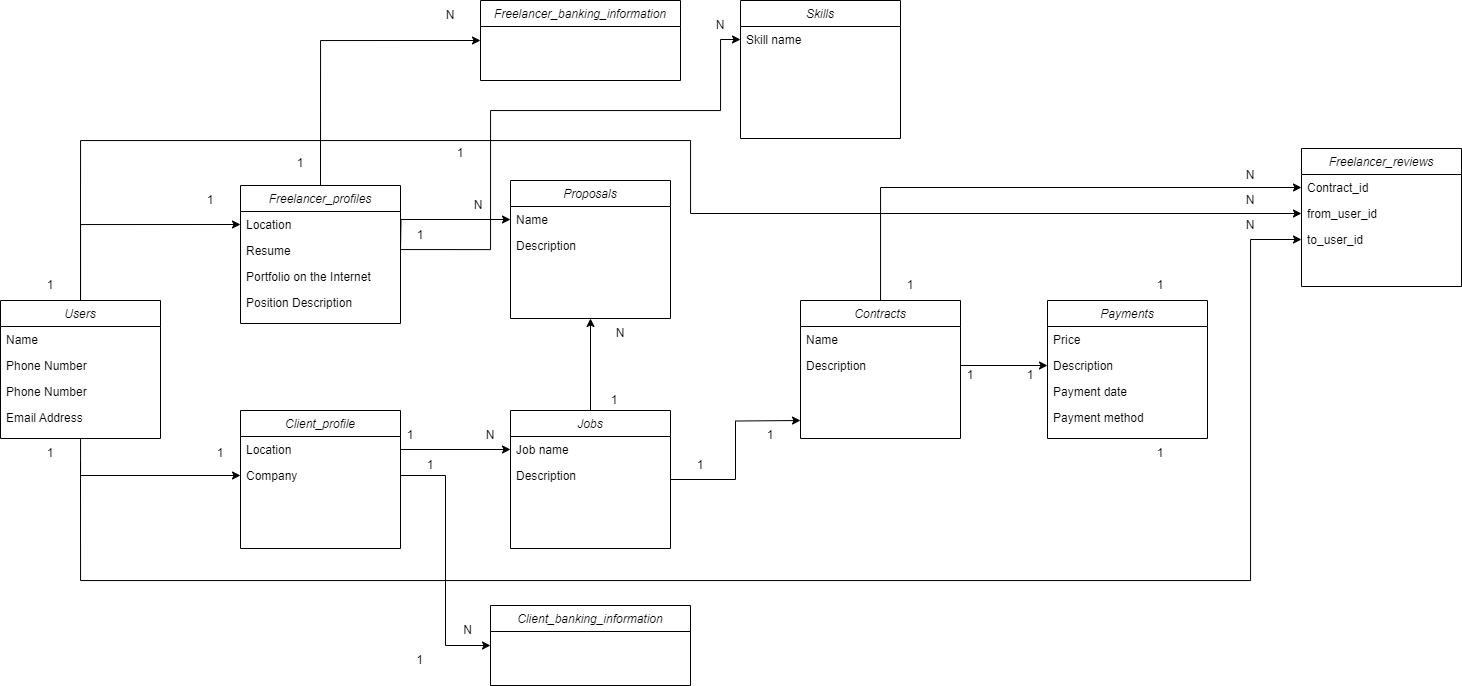
This is docs/db_schema.drawio.png from Yepavlov/Freelance_platform, a draw.io export, as it was before one commit. Source tidied: cells renumbered, new cells last; positions are measured from the earlier drawing's top-left corner, leaving out a move shared by most shapes.
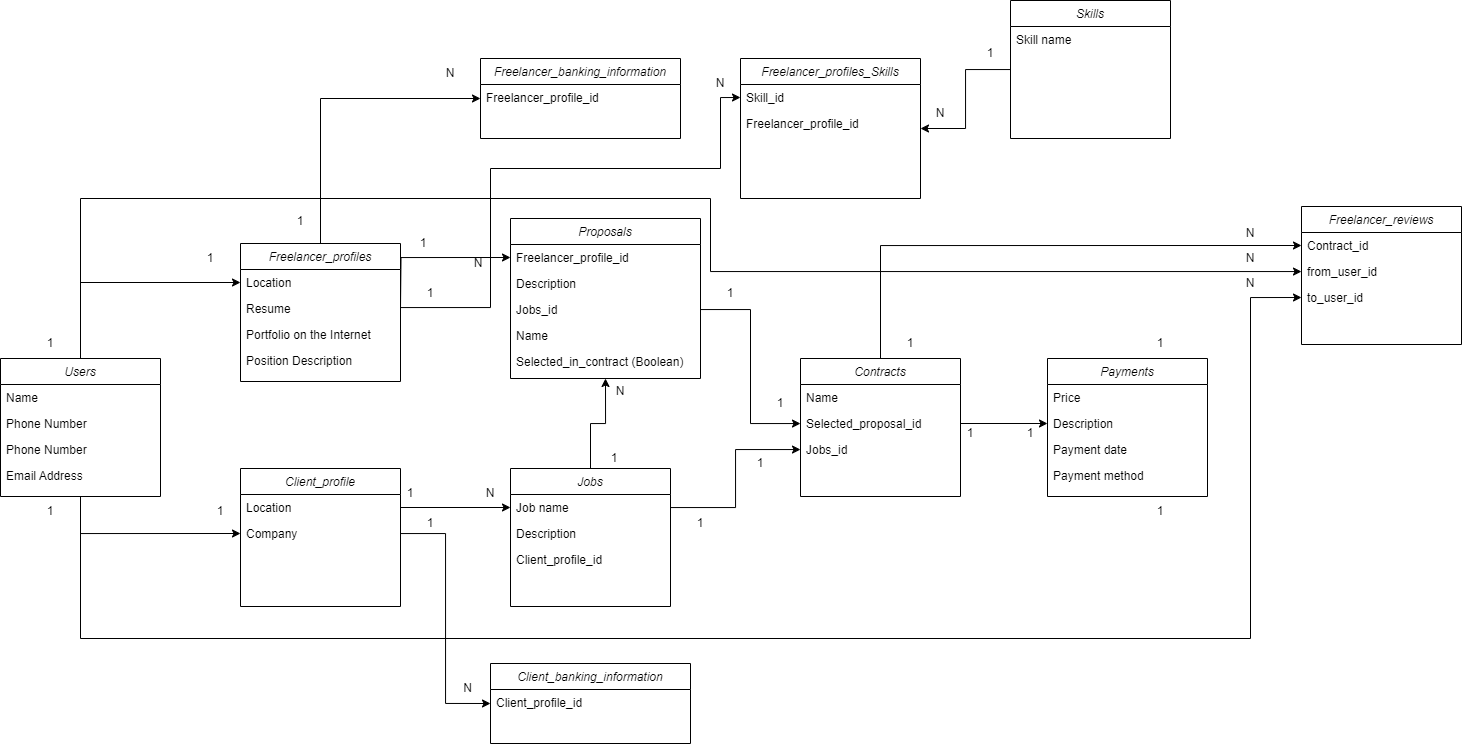
The same file after the commit.

Diff of the diagram source:
```diff
@@ -18,12 +18,15 @@
         <mxPoint x="400" y="249.1" as="sourcePoint" />
       </mxGeometry>
     </mxCell>
-    <mxCell id="4" value="Skills" style="swimlane;fontStyle=2;align=center;verticalAlign=top;horizontal=1;startSize=26;rounded=0;shadow=0;strokeWidth=1;" parent="1" vertex="1">
-      <mxGeometry x="740" width="160" height="138" as="geometry" />
+    <mxCell id="4" value="Freelancer_profiles_Skills" style="swimlane;fontStyle=2;align=center;verticalAlign=top;horizontal=1;startSize=26;rounded=0;shadow=0;strokeWidth=1;" parent="1" vertex="1">
+      <mxGeometry x="740" width="180" height="140" as="geometry" />
     </mxCell>
-    <mxCell id="5" value="Skill name" style="text;align=left;verticalAlign=top;spacingLeft=4;spacingRight=4;overflow=hidden;points=[[0,0.5],[1,0.5]];portConstraint=eastwest;" parent="4" vertex="1">
-      <mxGeometry y="26" width="160" height="26" as="geometry" />
+    <mxCell id="5" value="Skill_id" style="text;align=left;verticalAlign=top;spacingLeft=4;spacingRight=4;overflow=hidden;points=[[0,0.5],[1,0.5]];portConstraint=eastwest;" parent="4" vertex="1">
+      <mxGeometry y="26" width="180" height="26" as="geometry" />
     </mxCell>
+    <mxCell id="77" value="Freelancer_profile_id" style="text;align=left;verticalAlign=top;spacingLeft=4;spacingRight=4;overflow=hidden;" parent="4" vertex="1">
+      <mxGeometry y="52" width="180" height="26" as="geometry" />
+    </mxCell>
     <mxCell id="6" style="edgeStyle=orthogonalEdgeStyle;rounded=0;jettySize=auto;html=1;exitX=0.5;exitY=0;exitDx=0;exitDy=0;entryX=0;entryY=0.5;entryDx=0;entryDy=0;" parent="1" edge="1" source="7" target="15">
       <mxGeometry relative="1" as="geometry" />
     </mxCell>
@@ -54,14 +57,12 @@
     <mxCell id="15" value="Freelancer_banking_information" style="swimlane;fontStyle=2;align=center;verticalAlign=top;horizontal=1;startSize=26;rounded=0;shadow=0;strokeWidth=1;" parent="1" vertex="1">
       <mxGeometry x="480" width="200" height="80" as="geometry" />
     </mxCell>
+    <mxCell id="78" value="Freelancer_profile_id" style="text;align=left;verticalAlign=top;spacingLeft=4;spacingRight=4;overflow=hidden;" parent="15" vertex="1">
+      <mxGeometry y="26" width="200" height="26" as="geometry" />
+    </mxCell>
     <mxCell id="16" style="edgeStyle=orthogonalEdgeStyle;rounded=0;jettySize=auto;html=1;exitX=0.5;exitY=0;exitDx=0;exitDy=0;entryX=0.5;entryY=1;entryDx=0;entryDy=0;" parent="1" edge="1" source="18" target="21">
       <mxGeometry relative="1" as="geometry" />
     </mxCell>
-    <mxCell id="17" style="edgeStyle=orthogonalEdgeStyle;rounded=0;jettySize=auto;html=1;" parent="1" edge="1" source="18">
-      <mxGeometry relative="1" as="geometry">
-        <mxPoint x="800" y="420" as="targetPoint" />
-      </mxGeometry>
-    </mxCell>
     <mxCell id="18" value="Jobs" style="swimlane;fontStyle=2;align=center;verticalAlign=top;horizontal=1;startSize=26;rounded=0;shadow=0;strokeWidth=1;" parent="1" vertex="1">
       <mxGeometry x="510" y="410" width="160" height="138" as="geometry" />
     </mxCell>
@@ -71,15 +72,27 @@
     <mxCell id="20" value="Description" style="text;align=left;verticalAlign=top;spacingLeft=4;spacingRight=4;overflow=hidden;" parent="18" vertex="1">
       <mxGeometry y="52" width="160" height="26" as="geometry" />
     </mxCell>
+    <mxCell id="79" value="Client_profile_id" style="text;align=left;verticalAlign=top;spacingLeft=4;spacingRight=4;overflow=hidden;" parent="18" vertex="1">
+      <mxGeometry y="78" width="160" height="26" as="geometry" />
+    </mxCell>
     <mxCell id="21" value="Proposals" style="swimlane;fontStyle=2;align=center;verticalAlign=top;horizontal=1;startSize=26;rounded=0;shadow=0;strokeWidth=1;" parent="1" vertex="1">
-      <mxGeometry x="510" y="180" width="160" height="138" as="geometry" />
+      <mxGeometry x="510" y="160" width="190" height="160" as="geometry" />
     </mxCell>
-    <mxCell id="22" value="Name" style="text;align=left;verticalAlign=top;spacingLeft=4;spacingRight=4;overflow=hidden;points=[[0,0.5],[1,0.5]];portConstraint=eastwest;" parent="21" vertex="1">
-      <mxGeometry y="26" width="160" height="26" as="geometry" />
+    <mxCell id="22" value="Freelancer_profile_id" style="text;align=left;verticalAlign=top;spacingLeft=4;spacingRight=4;overflow=hidden;points=[[0,0.5],[1,0.5]];portConstraint=eastwest;" parent="21" vertex="1">
+      <mxGeometry y="26" width="190" height="26" as="geometry" />
     </mxCell>
     <mxCell id="23" value="Description" style="text;align=left;verticalAlign=top;spacingLeft=4;spacingRight=4;overflow=hidden;" parent="21" vertex="1">
-      <mxGeometry y="52" width="160" height="26" as="geometry" />
+      <mxGeometry y="52" width="190" height="26" as="geometry" />
     </mxCell>
+    <mxCell id="80" value="Jobs_id" style="text;align=left;verticalAlign=top;spacingLeft=4;spacingRight=4;overflow=hidden;points=[[0,0.5],[1,0.5]];portConstraint=eastwest;" parent="21" vertex="1">
+      <mxGeometry y="78" width="190" height="26" as="geometry" />
+    </mxCell>
+    <mxCell id="81" value="Name" style="text;align=left;verticalAlign=top;spacingLeft=4;spacingRight=4;overflow=hidden;" parent="21" vertex="1">
+      <mxGeometry y="104" width="190" height="26" as="geometry" />
+    </mxCell>
+    <mxCell id="82" value="Selected_in_contract (Boolean)" style="text;align=left;verticalAlign=top;spacingLeft=4;spacingRight=4;overflow=hidden;" parent="21" vertex="1">
+      <mxGeometry y="130" width="190" height="26" as="geometry" />
+    </mxCell>
     <mxCell id="24" style="edgeStyle=orthogonalEdgeStyle;rounded=0;jettySize=auto;html=1;entryX=0;entryY=0.5;entryDx=0;entryDy=0;" parent="1" edge="1" source="25" target="35">
       <mxGeometry relative="1" as="geometry" />
     </mxCell>
@@ -89,12 +102,18 @@
     <mxCell id="26" value="Name" style="text;align=left;verticalAlign=top;spacingLeft=4;spacingRight=4;overflow=hidden;" parent="25" vertex="1">
       <mxGeometry y="26" width="160" height="26" as="geometry" />
     </mxCell>
-    <mxCell id="27" value="Description" style="text;align=left;verticalAlign=top;spacingLeft=4;spacingRight=4;overflow=hidden;points=[[0,0.5],[1,0.5]];portConstraint=eastwest;" parent="25" vertex="1">
+    <mxCell id="27" value="Selected_proposal_id" style="text;align=left;verticalAlign=top;spacingLeft=4;spacingRight=4;overflow=hidden;points=[[0,0.5],[1,0.5]];portConstraint=eastwest;" parent="25" vertex="1">
       <mxGeometry y="52" width="160" height="26" as="geometry" />
     </mxCell>
+    <mxCell id="83" value="Jobs_id" style="text;align=left;verticalAlign=top;spacingLeft=4;spacingRight=4;overflow=hidden;points=[[0,0.5],[1,0.5]];portConstraint=eastwest;" parent="25" vertex="1">
+      <mxGeometry y="78" width="160" height="26" as="geometry" />
+    </mxCell>
     <mxCell id="28" value="Client_banking_information" style="swimlane;fontStyle=2;align=center;verticalAlign=top;horizontal=1;startSize=26;rounded=0;shadow=0;strokeWidth=1;" parent="1" vertex="1">
       <mxGeometry x="490" y="605" width="200" height="80" as="geometry" />
     </mxCell>
+    <mxCell id="84" value="Client_profile_id" style="text;align=left;verticalAlign=top;spacingLeft=4;spacingRight=4;overflow=hidden;" parent="28" vertex="1">
+      <mxGeometry y="26" width="200" height="26" as="geometry" />
+    </mxCell>
     <mxCell id="29" value="Payments" style="swimlane;fontStyle=2;align=center;verticalAlign=top;horizontal=1;startSize=26;rounded=0;shadow=0;strokeWidth=1;" parent="1" vertex="1">
       <mxGeometry x="1047" y="300" width="160" height="138" as="geometry" />
     </mxCell>
@@ -131,14 +150,11 @@
     <mxCell id="40" value="1" style="text;html=1;align=center;verticalAlign=middle;whiteSpace=wrap;rounded=0;" parent="1" vertex="1">
       <mxGeometry x="1130" y="438" width="60" height="30" as="geometry" />
     </mxCell>
-    <mxCell id="41" value="1" style="text;html=1;align=center;verticalAlign=middle;whiteSpace=wrap;rounded=0;" parent="1" vertex="1">
-      <mxGeometry x="400" y="225" width="40" height="20" as="geometry" />
-    </mxCell>
     <mxCell id="42" value="N" style="text;html=1;align=center;verticalAlign=middle;whiteSpace=wrap;rounded=0;" parent="1" vertex="1">
       <mxGeometry x="690" y="10" width="60" height="30" as="geometry" />
     </mxCell>
     <mxCell id="43" value="1" style="text;html=1;align=center;verticalAlign=middle;whiteSpace=wrap;rounded=0;" parent="1" vertex="1">
-      <mxGeometry x="430" y="138" width="60" height="30" as="geometry" />
+      <mxGeometry x="392.5" y="170" width="60" height="30" as="geometry" />
     </mxCell>
     <mxCell id="44" value="N" style="text;html=1;align=center;verticalAlign=middle;whiteSpace=wrap;rounded=0;" parent="1" vertex="1">
       <mxGeometry x="447.5" y="190" width="60" height="30" as="geometry" />
@@ -152,9 +168,6 @@
     <mxCell id="47" style="edgeStyle=orthogonalEdgeStyle;rounded=0;jettySize=auto;html=1;entryX=0;entryY=0.5;entryDx=0;entryDy=0;" parent="1" edge="1" source="14" target="28">
       <mxGeometry relative="1" as="geometry" />
     </mxCell>
-    <mxCell id="48" value="1" style="text;html=1;align=center;verticalAlign=middle;whiteSpace=wrap;rounded=0;" parent="1" vertex="1">
-      <mxGeometry x="392.5" y="650" width="55" height="20" as="geometry" />
-    </mxCell>
     <mxCell id="49" value="N" style="text;html=1;align=center;verticalAlign=middle;whiteSpace=wrap;rounded=0;" parent="1" vertex="1">
       <mxGeometry x="440" y="620" width="55" height="20" as="geometry" />
     </mxCell>
@@ -165,7 +178,7 @@
       <mxGeometry x="670" y="450" width="60" height="30" as="geometry" />
     </mxCell>
     <mxCell id="52" value="1" style="text;html=1;align=center;verticalAlign=middle;whiteSpace=wrap;rounded=0;" parent="1" vertex="1">
-      <mxGeometry x="740" y="420" width="60" height="30" as="geometry" />
+      <mxGeometry x="730" y="390" width="60" height="30" as="geometry" />
     </mxCell>
     <mxCell id="53" style="edgeStyle=orthogonalEdgeStyle;rounded=0;jettySize=auto;html=1;exitX=1;exitY=0.5;exitDx=0;exitDy=0;entryX=0;entryY=0.5;entryDx=0;entryDy=0;" parent="1" edge="1" source="27" target="31">
       <mxGeometry relative="1" as="geometry" />
@@ -219,8 +232,8 @@
       <mxGeometry relative="1" as="geometry">
         <Array as="points">
           <mxPoint x="80" y="140" />
-          <mxPoint x="690" y="140" />
-          <mxPoint x="690" y="213" />
+          <mxPoint x="710" y="140" />
+          <mxPoint x="710" y="213" />
         </Array>
       </mxGeometry>
     </mxCell>
@@ -251,5 +264,35 @@
     <mxCell id="76" value="1" style="text;html=1;align=center;verticalAlign=middle;whiteSpace=wrap;rounded=0;" parent="1" vertex="1">
       <mxGeometry x="380" y="420" width="60" height="30" as="geometry" />
     </mxCell>
+    <mxCell id="85" style="edgeStyle=orthogonalEdgeStyle;rounded=0;jettySize=auto;html=1;" parent="1" edge="1" source="80" target="27">
+      <mxGeometry relative="1" as="geometry" />
+    </mxCell>
+    <mxCell id="86" value="1" style="text;html=1;align=center;verticalAlign=middle;whiteSpace=wrap;rounded=0;" parent="1" vertex="1">
+      <mxGeometry x="750" y="330" width="60" height="30" as="geometry" />
+    </mxCell>
+    <mxCell id="87" value="1" style="text;html=1;align=center;verticalAlign=middle;whiteSpace=wrap;rounded=0;" parent="1" vertex="1">
+      <mxGeometry x="700" y="220" width="60" height="30" as="geometry" />
+    </mxCell>
+    <mxCell id="88" style="edgeStyle=orthogonalEdgeStyle;rounded=0;jettySize=auto;html=1;entryX=1;entryY=0.5;entryDx=0;entryDy=0;" parent="1" edge="1" source="89" target="4">
+      <mxGeometry relative="1" as="geometry" />
+    </mxCell>
+    <mxCell id="89" value="Skills" style="swimlane;fontStyle=2;align=center;verticalAlign=top;horizontal=1;startSize=26;rounded=0;shadow=0;strokeWidth=1;" parent="1" vertex="1">
+      <mxGeometry x="1010" y="-58" width="160" height="138" as="geometry" />
+    </mxCell>
+    <mxCell id="90" value="Skill name" style="text;align=left;verticalAlign=top;spacingLeft=4;spacingRight=4;overflow=hidden;" parent="89" vertex="1">
+      <mxGeometry y="26" width="160" height="26" as="geometry" />
+    </mxCell>
+    <mxCell id="91" value="1" style="text;html=1;align=center;verticalAlign=middle;whiteSpace=wrap;rounded=0;" parent="1" vertex="1">
+      <mxGeometry x="400" y="220" width="60" height="30" as="geometry" />
+    </mxCell>
+    <mxCell id="92" value="1" style="text;html=1;align=center;verticalAlign=middle;whiteSpace=wrap;rounded=0;" parent="1" vertex="1">
+      <mxGeometry x="960" y="-20" width="60" height="30" as="geometry" />
+    </mxCell>
+    <mxCell id="93" value="N" style="text;html=1;align=center;verticalAlign=middle;whiteSpace=wrap;rounded=0;" parent="1" vertex="1">
+      <mxGeometry x="910" y="40" width="60" height="30" as="geometry" />
+    </mxCell>
+    <mxCell id="94" style="edgeStyle=orthogonalEdgeStyle;rounded=0;jettySize=auto;html=1;" parent="1" edge="1" source="19" target="83">
+      <mxGeometry relative="1" as="geometry" />
+    </mxCell>
   </root>
 </mxGraphModel>
```
